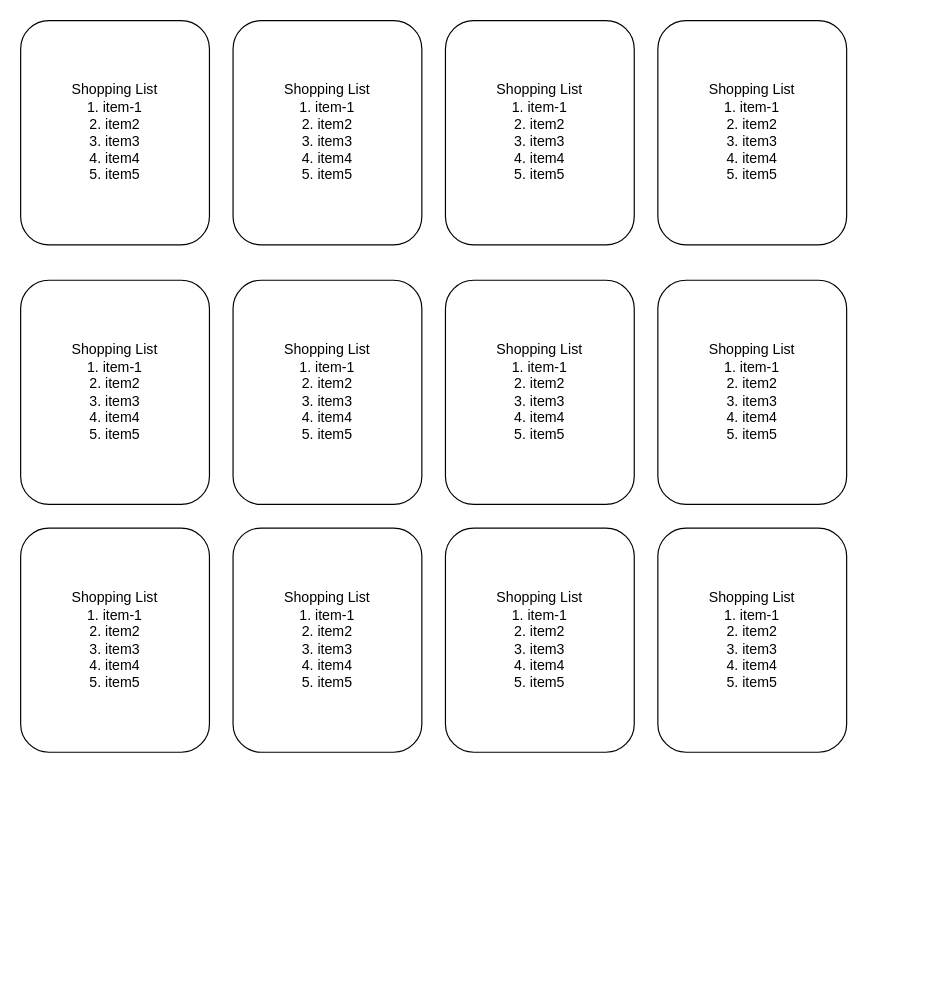
Earlier version of the draw.io diagram page "Page-2" (2 of 2) of drawio files/Untitled Diagram.drawio (AvivYunker/Listility). Source tidied: cells renumbered, new cells numbered last; positions are measured from the earlier drawing's top-left corner, leaving out a move shared by most shapes. Both pictures are drawn from the tidied source at 118%, with x=0, y=0 at pixel (20, 20). Pictures stored in the file or linked from it are replaced by grey dashed boxes.
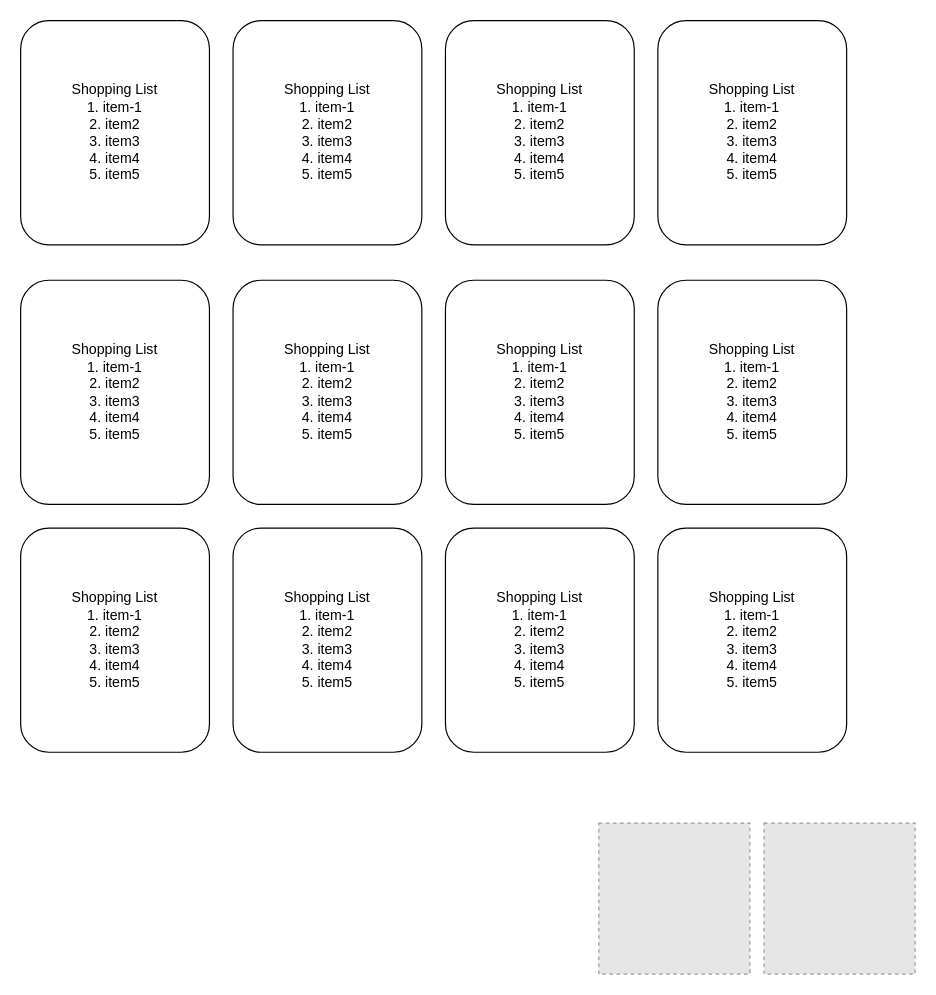
After the change.

Commit message:
add plus and minus buttons

The edit, as a diff of the source:
```diff
@@
 <mxGraphModel>
   <root>
     <mxCell id="0" />
     <mxCell id="1" parent="0" />
     <mxCell id="2" value="Shopping List&lt;br&gt;1. item-1&lt;br&gt;2. item2&lt;br&gt;3. item3&lt;br&gt;4. item4&lt;br&gt;5. item5" style="rounded=1;whiteSpace=wrap;html=1;" parent="1" vertex="1">
       <mxGeometry width="160" height="190" as="geometry" />
     </mxCell>
     <mxCell id="3" value="Shopping List&lt;br&gt;1. item-1&lt;br&gt;2. item2&lt;br&gt;3. item3&lt;br&gt;4. item4&lt;br&gt;5. item5" style="rounded=1;whiteSpace=wrap;html=1;" parent="1" vertex="1">
       <mxGeometry x="180" width="160" height="190" as="geometry" />
     </mxCell>
     <mxCell id="4" value="Shopping List&lt;br&gt;1. item-1&lt;br&gt;2. item2&lt;br&gt;3. item3&lt;br&gt;4. item4&lt;br&gt;5. item5" style="rounded=1;whiteSpace=wrap;html=1;" parent="1" vertex="1">
       <mxGeometry x="360" width="160" height="190" as="geometry" />
     </mxCell>
     <mxCell id="5" value="Shopping List&lt;br&gt;1. item-1&lt;br&gt;2. item2&lt;br&gt;3. item3&lt;br&gt;4. item4&lt;br&gt;5. item5" style="rounded=1;whiteSpace=wrap;html=1;" parent="1" vertex="1">
       <mxGeometry x="540" width="160" height="190" as="geometry" />
     </mxCell>
     <mxCell id="6" value="Shopping List&lt;br&gt;1. item-1&lt;br&gt;2. item2&lt;br&gt;3. item3&lt;br&gt;4. item4&lt;br&gt;5. item5" style="rounded=1;whiteSpace=wrap;html=1;" parent="1" vertex="1">
       <mxGeometry y="220" width="160" height="190" as="geometry" />
     </mxCell>
     <mxCell id="7" value="Shopping List&lt;br&gt;1. item-1&lt;br&gt;2. item2&lt;br&gt;3. item3&lt;br&gt;4. item4&lt;br&gt;5. item5" style="rounded=1;whiteSpace=wrap;html=1;" parent="1" vertex="1">
       <mxGeometry x="180" y="220" width="160" height="190" as="geometry" />
     </mxCell>
     <mxCell id="8" value="Shopping List&lt;br&gt;1. item-1&lt;br&gt;2. item2&lt;br&gt;3. item3&lt;br&gt;4. item4&lt;br&gt;5. item5" style="rounded=1;whiteSpace=wrap;html=1;" parent="1" vertex="1">
       <mxGeometry x="360" y="220" width="160" height="190" as="geometry" />
     </mxCell>
     <mxCell id="9" value="Shopping List&lt;br&gt;1. item-1&lt;br&gt;2. item2&lt;br&gt;3. item3&lt;br&gt;4. item4&lt;br&gt;5. item5" style="rounded=1;whiteSpace=wrap;html=1;" parent="1" vertex="1">
       <mxGeometry x="540" y="220" width="160" height="190" as="geometry" />
     </mxCell>
     <mxCell id="10" value="Shopping List&lt;br&gt;1. item-1&lt;br&gt;2. item2&lt;br&gt;3. item3&lt;br&gt;4. item4&lt;br&gt;5. item5" style="rounded=1;whiteSpace=wrap;html=1;" parent="1" vertex="1">
       <mxGeometry y="430" width="160" height="190" as="geometry" />
     </mxCell>
     <mxCell id="11" value="Shopping List&lt;br&gt;1. item-1&lt;br&gt;2. item2&lt;br&gt;3. item3&lt;br&gt;4. item4&lt;br&gt;5. item5" style="rounded=1;whiteSpace=wrap;html=1;" parent="1" vertex="1">
       <mxGeometry x="180" y="430" width="160" height="190" as="geometry" />
     </mxCell>
     <mxCell id="12" value="Shopping List&lt;br&gt;1. item-1&lt;br&gt;2. item2&lt;br&gt;3. item3&lt;br&gt;4. item4&lt;br&gt;5. item5" style="rounded=1;whiteSpace=wrap;html=1;" parent="1" vertex="1">
       <mxGeometry x="360" y="430" width="160" height="190" as="geometry" />
     </mxCell>
     <mxCell id="13" value="Shopping List&lt;br&gt;1. item-1&lt;br&gt;2. item2&lt;br&gt;3. item3&lt;br&gt;4. item4&lt;br&gt;5. item5" style="rounded=1;whiteSpace=wrap;html=1;" parent="1" vertex="1">
       <mxGeometry x="540" y="430" width="160" height="190" as="geometry" />
     </mxCell>
+    <mxCell id="14" style="fillColor=#E6E6E6;strokeColor=#999999;dashed=1;html=1;verticalAlign=top;verticalLabelPosition=bottom;labelBackgroundColor=#ffffff;" parent="1" vertex="1">
+      <mxGeometry x="490" y="680" width="128" height="128" as="geometry" />
+    </mxCell>
+    <mxCell id="15" style="fillColor=#E6E6E6;strokeColor=#999999;dashed=1;html=1;verticalAlign=top;verticalLabelPosition=bottom;labelBackgroundColor=#ffffff;" parent="1" vertex="1">
+      <mxGeometry x="630" y="680" width="128" height="128" as="geometry" />
+    </mxCell>
   </root>
 </mxGraphModel>
```
